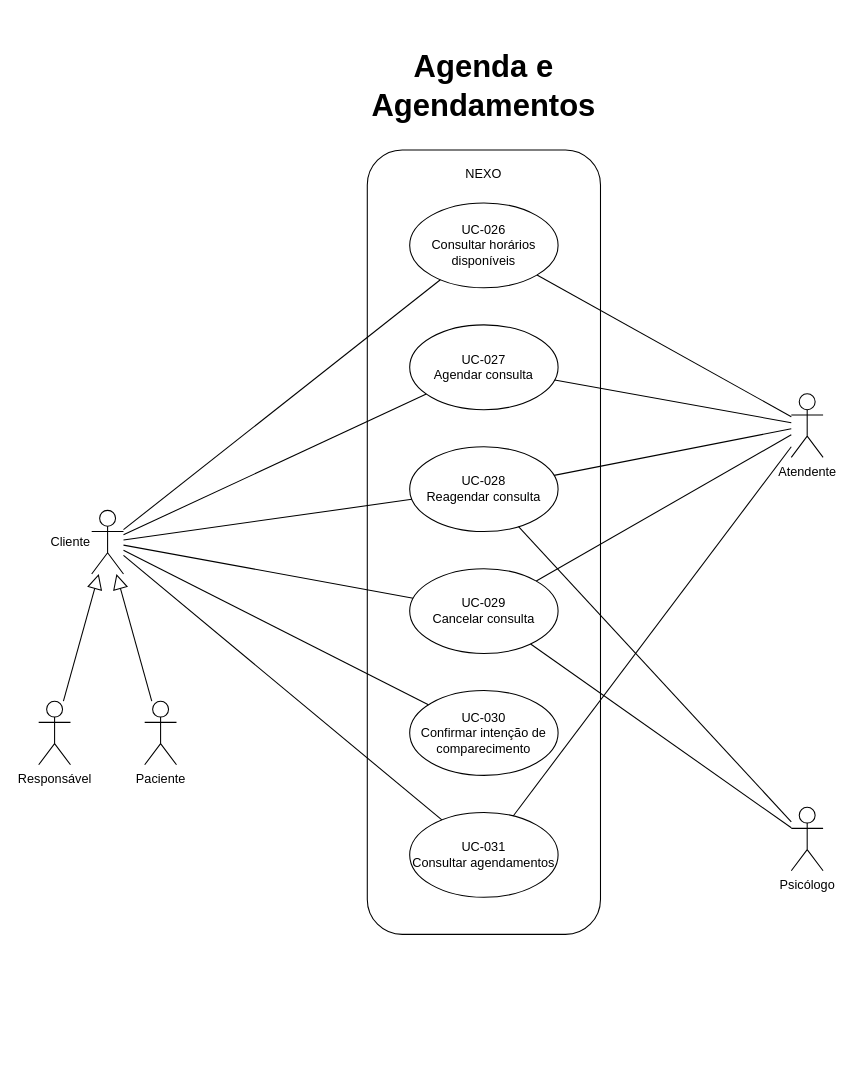
devcaline/nexo-modelagem keeps this draw.io diagram as page "Página-5" (5 of 11) of diagramas/casos-de-uso/diagramas-casos-de-uso.drawio. Above is the earlier version. Source tidied: cells renumbered, new cells numbered last; positions are measured from the earlier drawing's top-left corner, leaving out a move shared by most shapes. Both pictures are drawn from the tidied source at 106%, with x=0, y=0 at pixel (38, 54).
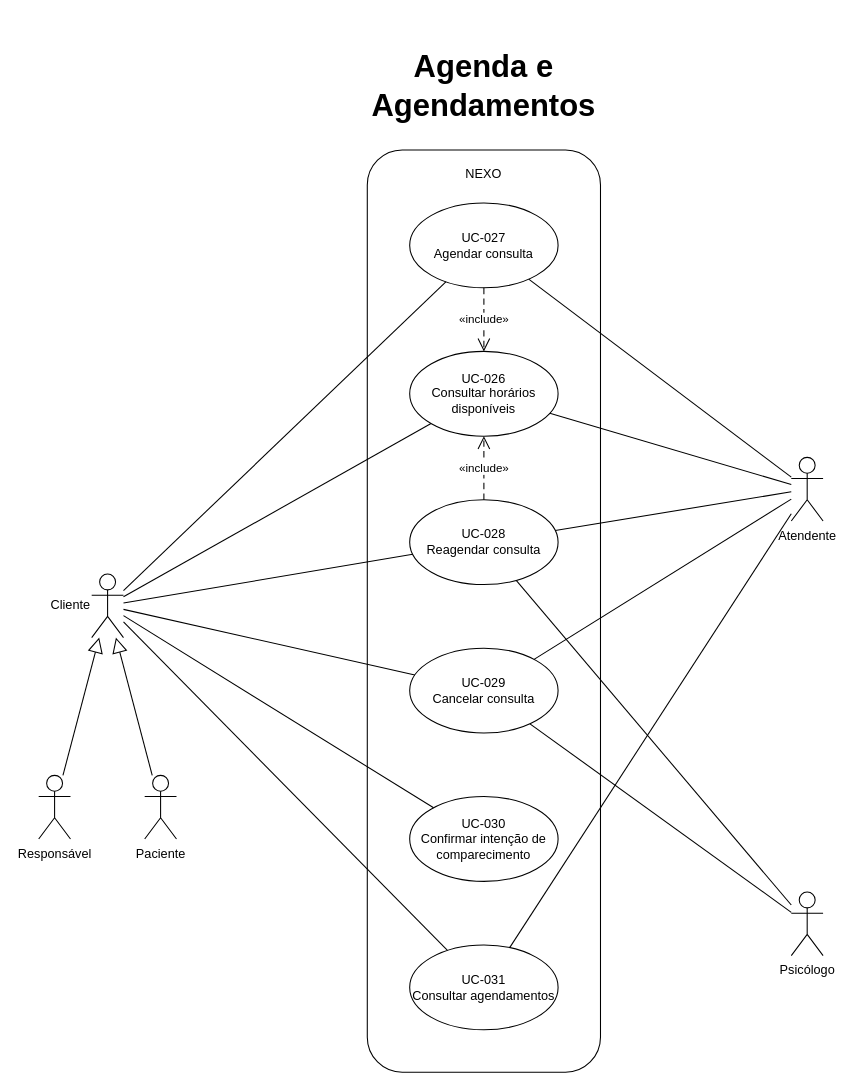
The same page after the edit.

What changed in the source:
```diff
@@
     <mxCell id="2" value="&amp;nbsp;&amp;nbsp; " style="rounded=1;whiteSpace=wrap;html=1;roundedPerimeter=1;" parent="1" vertex="1">
-      <mxGeometry x="310" y="90" width="220" height="740" as="geometry" />
+      <mxGeometry x="310" y="90" width="220" height="870" as="geometry" />
     </mxCell>
     <mxCell id="3" value="Psicólogo" style="shape=umlActor;verticalLabelPosition=bottom;verticalAlign=top;html=1;outlineConnect=0;" parent="1" vertex="1">
-      <mxGeometry x="710" y="710" width="30" height="60" as="geometry" />
+      <mxGeometry x="710" y="790" width="30" height="60" as="geometry" />
     </mxCell>
     <mxCell id="4" value="Atendente" style="shape=umlActor;verticalLabelPosition=bottom;verticalAlign=top;html=1;outlineConnect=0;" parent="1" vertex="1">
-      <mxGeometry x="710" y="320" width="30" height="60" as="geometry" />
+      <mxGeometry x="710" y="380" width="30" height="60" as="geometry" />
     </mxCell>
     <mxCell id="5" value="Cliente" style="shape=umlActor;labelPosition=left;verticalLabelPosition=middle;align=right;verticalAlign=middle;html=1;outlineConnect=0;" parent="1" vertex="1">
-      <mxGeometry x="50" y="430" width="30" height="60" as="geometry" />
+      <mxGeometry x="50" y="490" width="30" height="60" as="geometry" />
     </mxCell>
     <mxCell id="6" value="UC-028&lt;br&gt;Reagendar consulta" style="ellipse;whiteSpace=wrap;html=1;shapeInside=1;" parent="1" vertex="1">
-      <mxGeometry x="350" y="370" width="140" height="80" as="geometry" />
+      <mxGeometry x="350" y="420" width="140" height="80" as="geometry" />
     </mxCell>
     <mxCell id="7" value="UC-029&lt;br&gt;Cancelar consulta" style="ellipse;whiteSpace=wrap;html=1;shapeInside=1;" parent="1" vertex="1">
-      <mxGeometry x="350" y="485" width="140" height="80" as="geometry" />
+      <mxGeometry x="350" y="560" width="140" height="80" as="geometry" />
     </mxCell>
     <mxCell id="8" value="UC-027&lt;br&gt;Agendar consulta" style="ellipse;whiteSpace=wrap;html=1;shapeInside=1;" parent="1" vertex="1">
-      <mxGeometry x="350" y="255" width="140" height="80" as="geometry" />
+      <mxGeometry x="350" y="140" width="140" height="80" as="geometry" />
     </mxCell>
     <mxCell id="9" value="UC-026&lt;br&gt;Consultar horários disponíveis" style="ellipse;whiteSpace=wrap;html=1;shapeInside=1;" parent="1" vertex="1">
-      <mxGeometry x="350" y="140" width="140" height="80" as="geometry" />
+      <mxGeometry x="350" y="280" width="140" height="80" as="geometry" />
     </mxCell>
@@
     <mxCell id="12" value="&lt;p&gt;UC-031&lt;br&gt;&lt;span style=&quot;text-decoration-line: inherit; background-color: transparent; color: light-dark(rgb(0, 0, 0), rgb(255, 255, 255));&quot;&gt;Consultar agendamentos&lt;/span&gt;&lt;/p&gt;" style="ellipse;whiteSpace=wrap;html=1;shapeInside=1;" parent="1" vertex="1">
-      <mxGeometry x="350" y="715" width="140" height="80" as="geometry" />
+      <mxGeometry x="350" y="840" width="140" height="80" as="geometry" />
     </mxCell>
     <mxCell id="13" value="UC-030&lt;br&gt;Confirmar intenção de comparecimento" style="ellipse;whiteSpace=wrap;html=1;shapeInside=1;" parent="1" vertex="1">
-      <mxGeometry x="350" y="600" width="140" height="80" as="geometry" />
+      <mxGeometry x="350" y="700" width="140" height="80" as="geometry" />
     </mxCell>
     <mxCell id="14" value="Responsável" style="shape=umlActor;verticalLabelPosition=bottom;verticalAlign=top;html=1;outlineConnect=0;" parent="1" vertex="1">
-      <mxGeometry y="610" width="30" height="60" as="geometry" />
+      <mxGeometry y="680" width="30" height="60" as="geometry" />
     </mxCell>
     <mxCell id="15" value="Paciente" style="shape=umlActor;verticalLabelPosition=bottom;verticalAlign=top;html=1;outlineConnect=0;" parent="1" vertex="1">
-      <mxGeometry x="100" y="610" width="30" height="60" as="geometry" />
+      <mxGeometry x="100" y="680" width="30" height="60" as="geometry" />
     </mxCell>
@@
+    <mxCell id="31" value="«include»" style="edgeStyle=none;rounded=0;html=1;dashed=1;dashPattern=6 4;endArrow=open;endFill=0;endSize=10;fontSize=11;labelBackgroundColor=#FFFFFF;exitX=0.5;exitDx=0;exitDy=0;entryX=0.5;entryDx=0;entryDy=0;exitY=1;entryY=0;" parent="1" edge="1" source="8" target="9">
+      <mxGeometry relative="1" as="geometry" />
+    </mxCell>
+    <mxCell id="32" value="«include»" style="edgeStyle=none;rounded=0;html=1;dashed=1;dashPattern=6 4;endArrow=open;endFill=0;endSize=10;fontSize=11;labelBackgroundColor=#FFFFFF;exitX=0.5;exitDx=0;exitDy=0;entryX=0.5;entryDx=0;entryDy=0;exitY=0;entryY=1;" parent="1" edge="1" source="6" target="9">
+      <mxGeometry relative="1" as="geometry" />
+    </mxCell>
```
